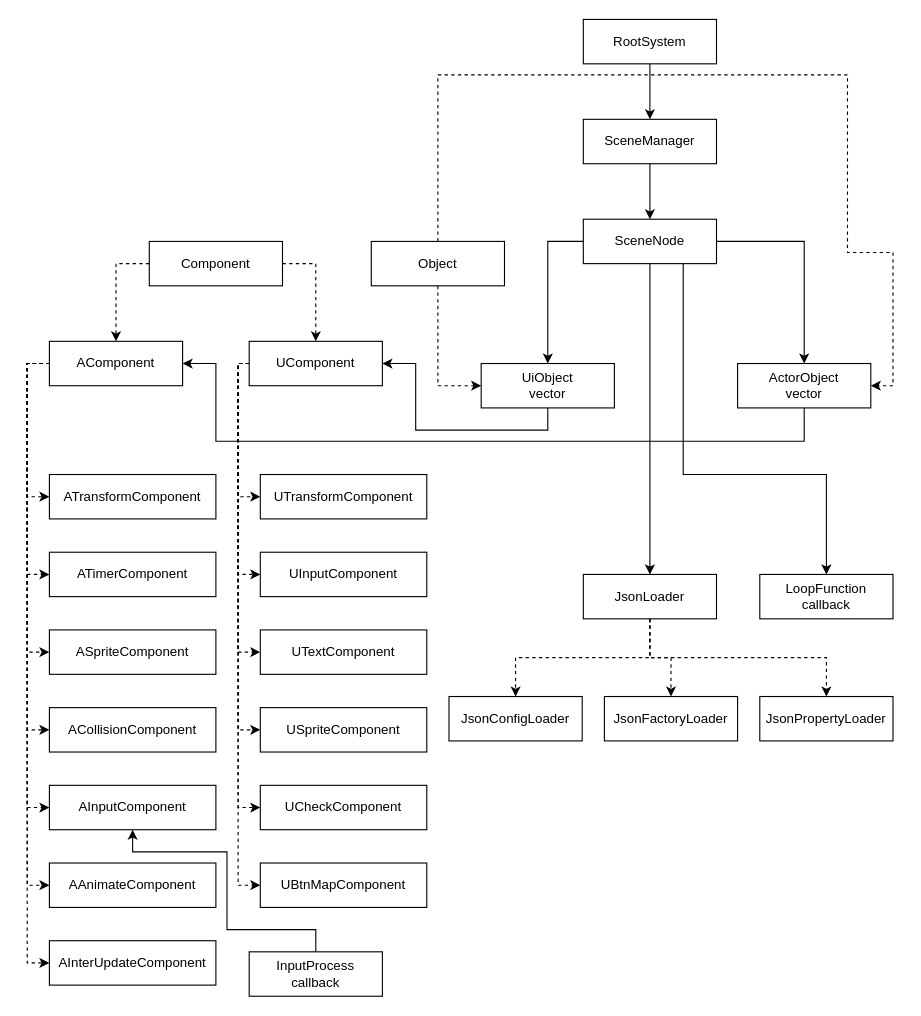
This is page "overview" (1 of 7) of MyNinDesign.drawio from HIBICUS-CAI/NinAtHome_OpenGL, a draw.io file, before an edit. Source tidied: cells renumbered, new cells numbered last; positions are measured from the earlier drawing's top-left corner, leaving out a move shared by most shapes. Both pictures are drawn from the tidied source at 111%, with x=0, y=0 at pixel (49, 19).
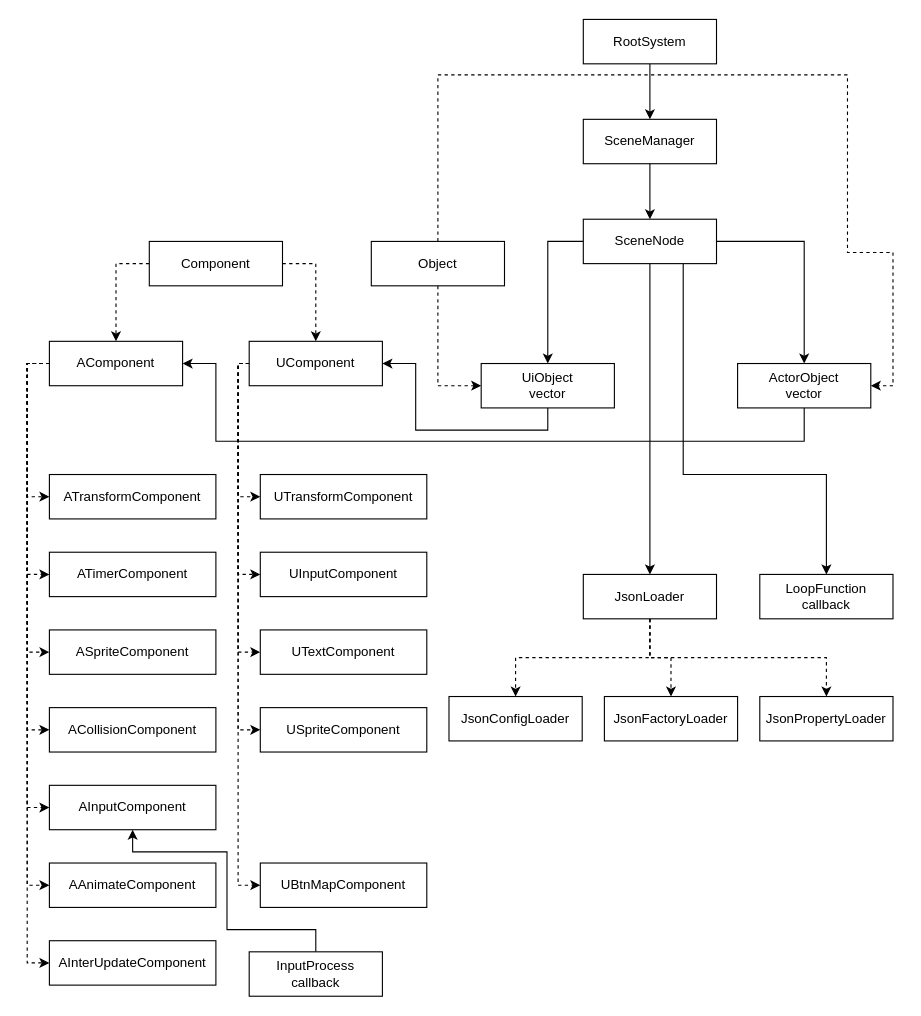
Above is the later version.

The change refers to these unchanged cells:
```xml
<mxCell id="34" value="UComponent" style="rounded=0;whiteSpace=wrap;html=1;" parent="1" vertex="1">
  <mxGeometry x="180" y="290" width="120" height="40" as="geometry" />
</mxCell>
```

Change to the diagram source:
```diff
@@
-    <mxCell id="32" style="edgeStyle=orthogonalEdgeStyle;rounded=0;jettySize=auto;html=1;exitX=0;exitY=0.5;exitDx=0;exitDy=0;entryX=0;entryY=0.5;entryDx=0;entryDy=0;dashed=1;" parent="1" edge="1" source="34" target="48">
-      <mxGeometry relative="1" as="geometry">
-        <Array as="points">
-          <mxPoint x="170" y="310" />
-          <mxPoint x="170" y="710" />
-        </Array>
-      </mxGeometry>
-    </mxCell>
@@
-    <mxCell id="48" value="UCheckComponent" style="rounded=0;whiteSpace=wrap;html=1;" parent="1" vertex="1">
-      <mxGeometry x="190" y="690" width="150" height="40" as="geometry" />
-    </mxCell>
```
